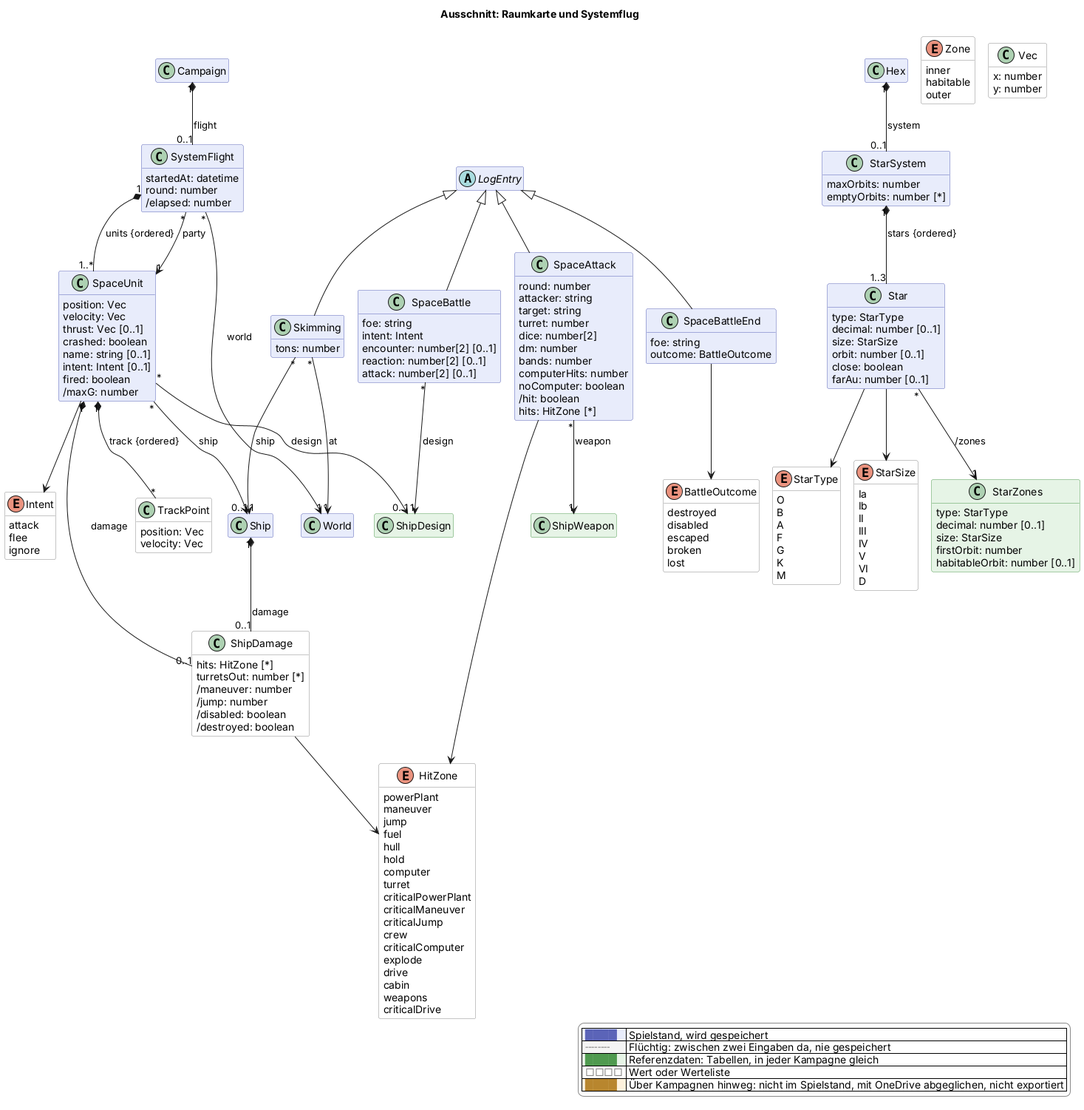
The PlantUML diagram docs/views/raum.png in scuzzar/SRE, before a commit.
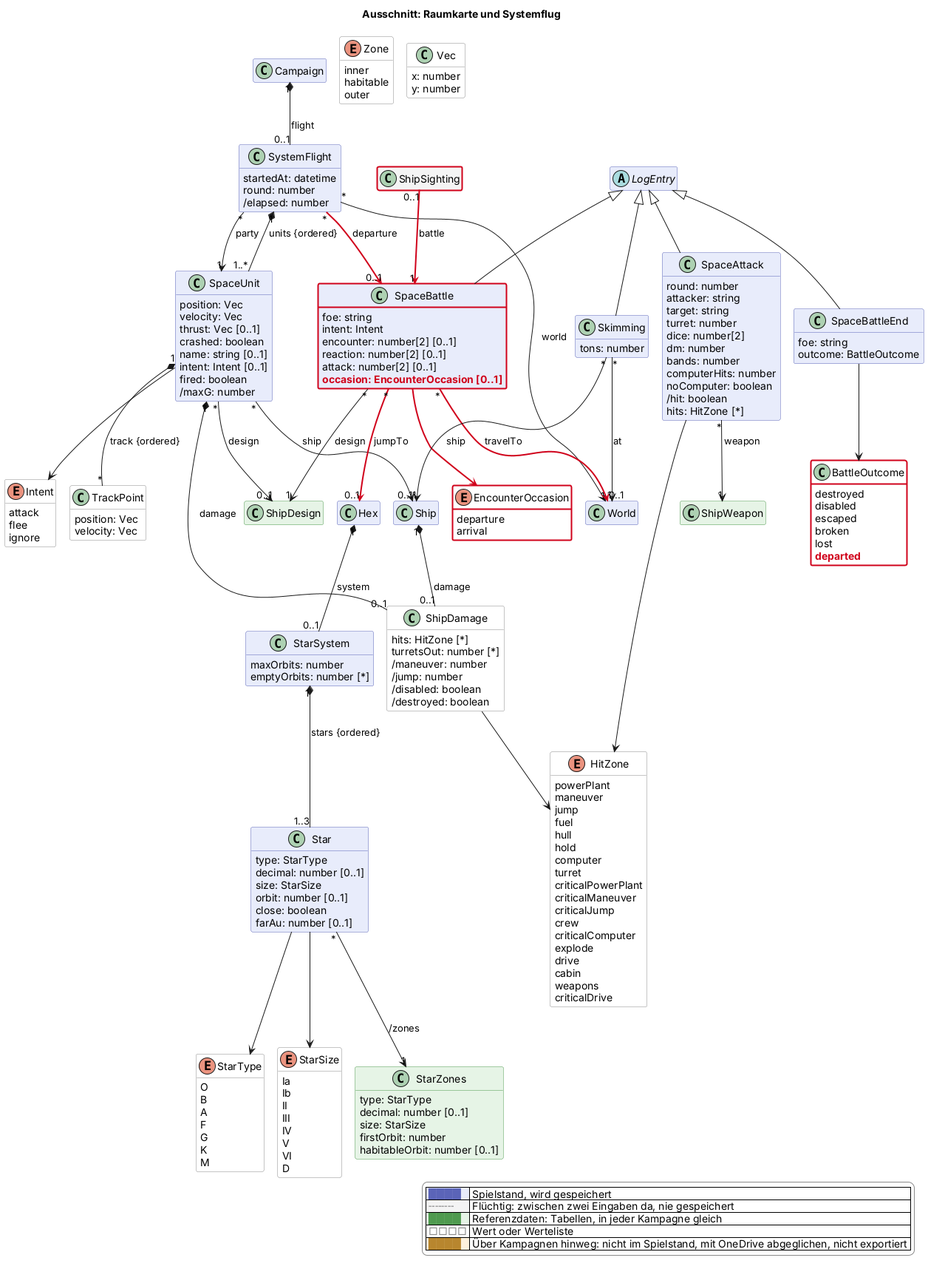
After the commit.

The edit, as a diff of the source:
```diff
@@ -165,6 +165,13 @@
     encounter: number[2] [0..1]
     reaction: number[2] [0..1]
     attack: number[2] [0..1]
+    $new("2026-11-22b", "occasion: EncounterOccasion [0..1]")
+  }
+  enum EncounterOccasion <<value>> $raum $newClass("2026-11-22b") {
+    departure
+    arrival
+  }
+  class ShipSighting <<transient>> $raum $newClass("2026-11-22b") {
   }
   class SpaceAttack $raum {
     round: number
@@ -189,6 +196,7 @@
     escaped
     broken
     lost
+    $new("2026-11-22b", "departed")
   }
   class SpaceUnit $raum {
     position: Vec
@@ -237,6 +245,11 @@
 SpaceAttack "*" --> "1" ShipWeapon : weapon
 SpaceAttack --> HitZone
 SpaceBattleEnd --> BattleOutcome
+SpaceBattle -$newArrow("2026-11-22b")-> EncounterOccasion
+SpaceBattle "*" -$newArrow("2026-11-22b")-> "0..1" Hex : jumpTo
+SpaceBattle "*" -$newArrow("2026-11-22b")-> "0..1" World : travelTo
+SystemFlight "*" -$newArrow("2026-11-22b")-> "0..1" SpaceBattle : departure
+ShipSighting "0..1" -$newArrow("2026-11-22b")-> "1" SpaceBattle : battle
 SystemFlight "*" --> "1" SpaceUnit : party
 SpaceUnit "1" *-- "*" TrackPoint : track {ordered}
 LogEntry <|-- Skimming
@@ -267,4 +280,6 @@
   |<#ffffff> <color:#8a8a8a>□□□□</color> | Wert oder Werteliste |
   |<#fdf1dc> <color:#b8862e>████</color> | Über Kampagnen hinweg: nicht im Spielstand, mit OneDrive abgeglichen, nicht exportiert |
 endlegend
+class SpaceBattle #line:d0021b;line.bold
+class BattleOutcome #line:d0021b;line.bold
 @enduml
```
